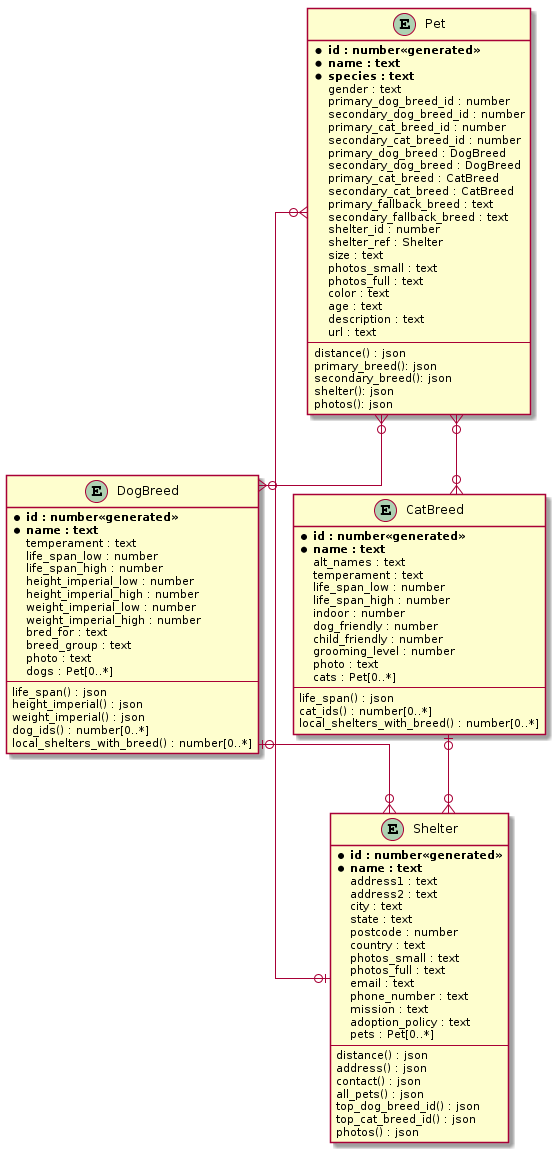
efortanely/Pets4Me keeps this PlantUML diagram as PlantUML.png. Above is the earlier version. The source it was exported from:
```plantuml
@startuml
skinparam linetype ortho

entity "Pet" as p {
* **id : number<<generated>>**
* **name : text**
* **species : text**
gender : text
primary_dog_breed_id : number
secondary_dog_breed_id : number
primary_cat_breed_id : number
secondary_cat_breed_id : number
primary_dog_breed : DogBreed
secondary_dog_breed : DogBreed
primary_cat_breed : CatBreed
secondary_cat_breed : CatBreed
primary_fallback_breed : text
secondary_fallback_breed : text
shelter_id : number
shelter_ref : Shelter
size : text
photos_small : text
photos_full : text
color : text
age : text
description : text
url : text
--
distance() : json
primary_breed(): json
secondary_breed(): json
shelter(): json
photos(): json
}

entity "DogBreed" as d {
* **id : number<<generated>>**
* **name : text**
temperament : text
life_span_low : number
life_span_high : number
height_imperial_low : number
height_imperial_high : number
weight_imperial_low : number
weight_imperial_high : number
bred_for : text
breed_group : text
photo : text
dogs : Pet[0..*]
--
life_span() : json
height_imperial() : json
weight_imperial() : json
dog_ids() : number[0..*]
local_shelters_with_breed() : number[0..*]
}

entity "CatBreed" as c {
* **id : number<<generated>>**
* **name : text**
alt_names : text
temperament : text
life_span_low : number
life_span_high : number
indoor : number
dog_friendly : number
child_friendly : number
grooming_level : number
photo : text
cats : Pet[0..*]
--
life_span() : json
cat_ids() : number[0..*]
local_shelters_with_breed() : number[0..*]
}

entity "Shelter" as s {
* **id : number<<generated>>**
* **name : text**
address1 : text
address2 : text
city : text
state : text
postcode : number
country : text
photos_small : text
photos_full : text
email : text
phone_number : text
mission : text
adoption_policy : text
pets : Pet[0..*]
--
distance() : json
address() : json
contact() : json
all_pets() : json
top_dog_breed_id() : json
top_cat_breed_id() : json
photos() : json
}

p }o--o{ d
p }o--o{ c
p }o--o| s
d |o--o{ s
c |o--o{ s
@enduml
```
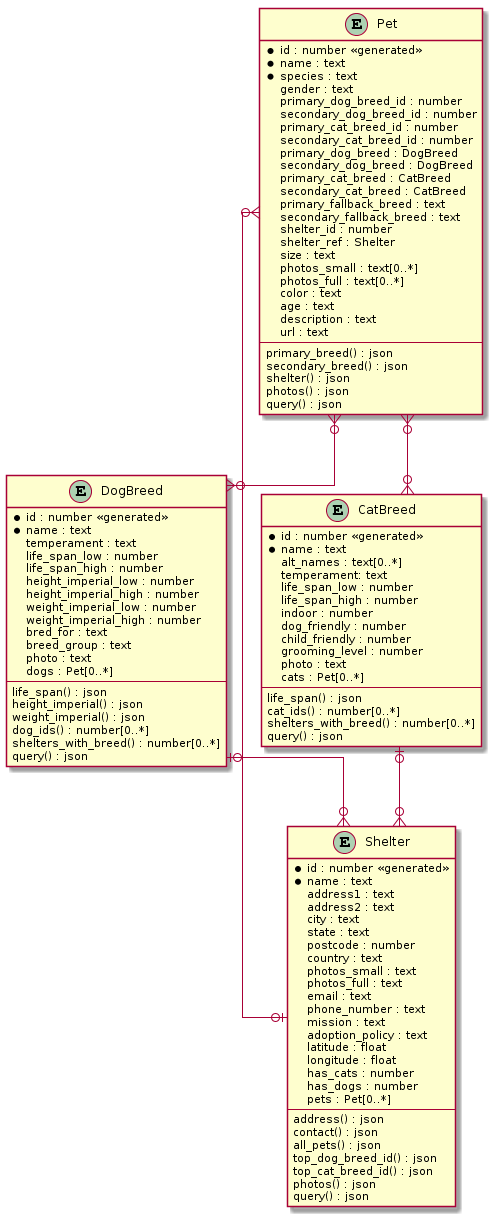
The same file after the commit.

Diff of the diagram source:
```diff
@@ -2,106 +2,113 @@
 skinparam linetype ortho
 
 entity "Pet" as p {
-* **id : number<<generated>>**
-* **name : text**
-* **species : text**
-gender : text
-primary_dog_breed_id : number
-secondary_dog_breed_id : number
-primary_cat_breed_id : number
-secondary_cat_breed_id : number
-primary_dog_breed : DogBreed
-secondary_dog_breed : DogBreed
-primary_cat_breed : CatBreed
-secondary_cat_breed : CatBreed
-primary_fallback_breed : text
-secondary_fallback_breed : text
-shelter_id : number
-shelter_ref : Shelter
-size : text
-photos_small : text
-photos_full : text
-color : text
-age : text
-description : text
-url : text
---
-distance() : json
-primary_breed(): json
-secondary_breed(): json
-shelter(): json
-photos(): json
+    *id : number <<generated>>
+    *name : text
+    *species : text
+    gender : text
+    primary_dog_breed_id : number
+    secondary_dog_breed_id : number
+    primary_cat_breed_id : number
+    secondary_cat_breed_id : number
+    primary_dog_breed : DogBreed
+    secondary_dog_breed : DogBreed
+    primary_cat_breed : CatBreed
+    secondary_cat_breed : CatBreed
+    primary_fallback_breed : text
+    secondary_fallback_breed : text
+    shelter_id : number
+    shelter_ref : Shelter
+    size : text
+    photos_small : text[0..*]
+    photos_full : text[0..*]
+    color : text
+    age : text
+    description : text
+    url : text
+    --
+    primary_breed() : json
+    secondary_breed() : json
+    shelter() : json
+    photos() : json
+    query() : json
 }
 
 entity "DogBreed" as d {
-* **id : number<<generated>>**
-* **name : text**
-temperament : text
-life_span_low : number
-life_span_high : number
-height_imperial_low : number
-height_imperial_high : number
-weight_imperial_low : number
-weight_imperial_high : number
-bred_for : text
-breed_group : text
-photo : text
-dogs : Pet[0..*]
---
-life_span() : json
-height_imperial() : json
-weight_imperial() : json
-dog_ids() : number[0..*]
-local_shelters_with_breed() : number[0..*]
+    *id : number <<generated>>
+    *name : text
+    temperament : text
+    life_span_low : number
+    life_span_high : number
+    height_imperial_low : number
+    height_imperial_high : number
+    weight_imperial_low : number
+    weight_imperial_high : number
+    bred_for : text
+    breed_group : text
+    photo : text
+    dogs : Pet[0..*]
+    --
+    life_span() : json
+    height_imperial() : json
+    weight_imperial() : json
+    dog_ids() : number[0..*]
+    shelters_with_breed() : number[0..*]
+	query() : json
 }
 
 entity "CatBreed" as c {
-* **id : number<<generated>>**
-* **name : text**
-alt_names : text
-temperament : text
-life_span_low : number
-life_span_high : number
-indoor : number
-dog_friendly : number
-child_friendly : number
-grooming_level : number
-photo : text
-cats : Pet[0..*]
---
-life_span() : json
-cat_ids() : number[0..*]
-local_shelters_with_breed() : number[0..*]
+    *id : number <<generated>>
+    *name : text
+    alt_names : text[0..*]
+    temperament: text
+    life_span_low : number
+    life_span_high : number
+    indoor : number
+    dog_friendly : number
+    child_friendly : number
+    grooming_level : number
+    photo : text
+    cats : Pet[0..*]
+    --
+    life_span() : json
+    cat_ids() : number[0..*]
+	shelters_with_breed() : number[0..*]
+	query() : json
 }
 
-entity "Shelter" as s {
-* **id : number<<generated>>**
-* **name : text**
-address1 : text
-address2 : text
-city : text
-state : text
-postcode : number
-country : text
-photos_small : text
-photos_full : text
-email : text
-phone_number : text
-mission : text
-adoption_policy : text
-pets : Pet[0..*]
---
-distance() : json
-address() : json
-contact() : json
-all_pets() : json
-top_dog_breed_id() : json
-top_cat_breed_id() : json
-photos() : json
+
+entity “Shelter" as s {
+    *id : number <<generated>>
+    *name : text
+    address1 : text
+    address2 : text
+    city : text
+    state : text
+    postcode : number
+    country : text
+    photos_small : text
+    photos_full : text
+    email : text
+    phone_number : text
+    mission : text
+    adoption_policy : text
+    latitude : float
+    longitude : float
+    has_cats : number
+    has_dogs : number
+    pets : Pet[0..*]
+    --
+    address() : json
+    contact() : json
+    all_pets() : json
+    top_dog_breed_id() : json
+    top_cat_breed_id() : json
+    photos() : json
+    query() : json
 }
 
+p }o--o{ c
 p }o--o{ d
-p }o--o{ c
 p }o--o| s
 d |o--o{ s
 c |o--o{ s
```
